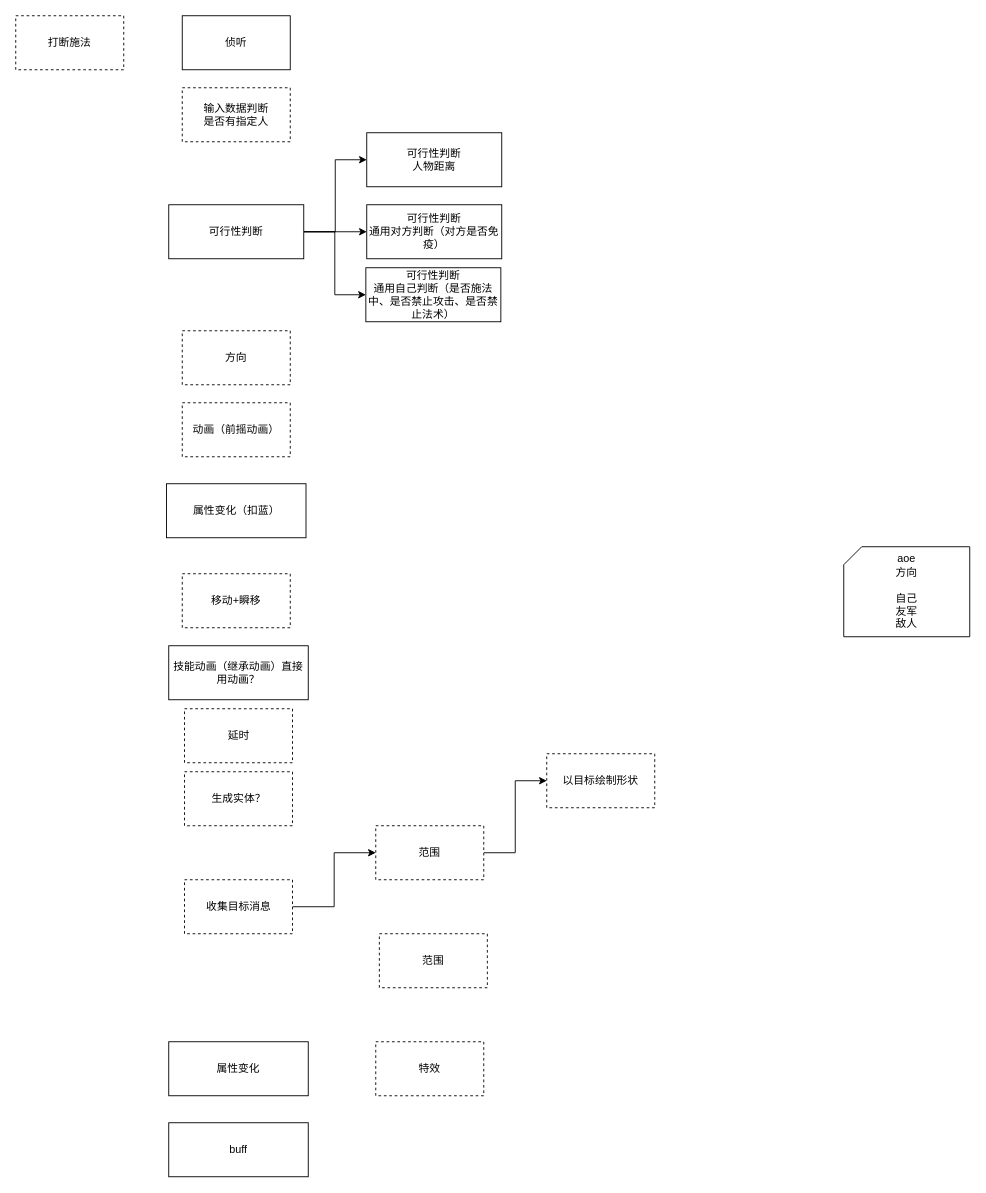
The draw.io diagram skill.drawio in cliang/drawio, before the edit. Source tidied: cells renumbered, new cells numbered last; positions are measured from the earlier drawing's top-left corner, leaving out a move shared by most shapes. Both pictures are drawn from the tidied source at 90%, with x=0, y=0 at pixel (15, 15).
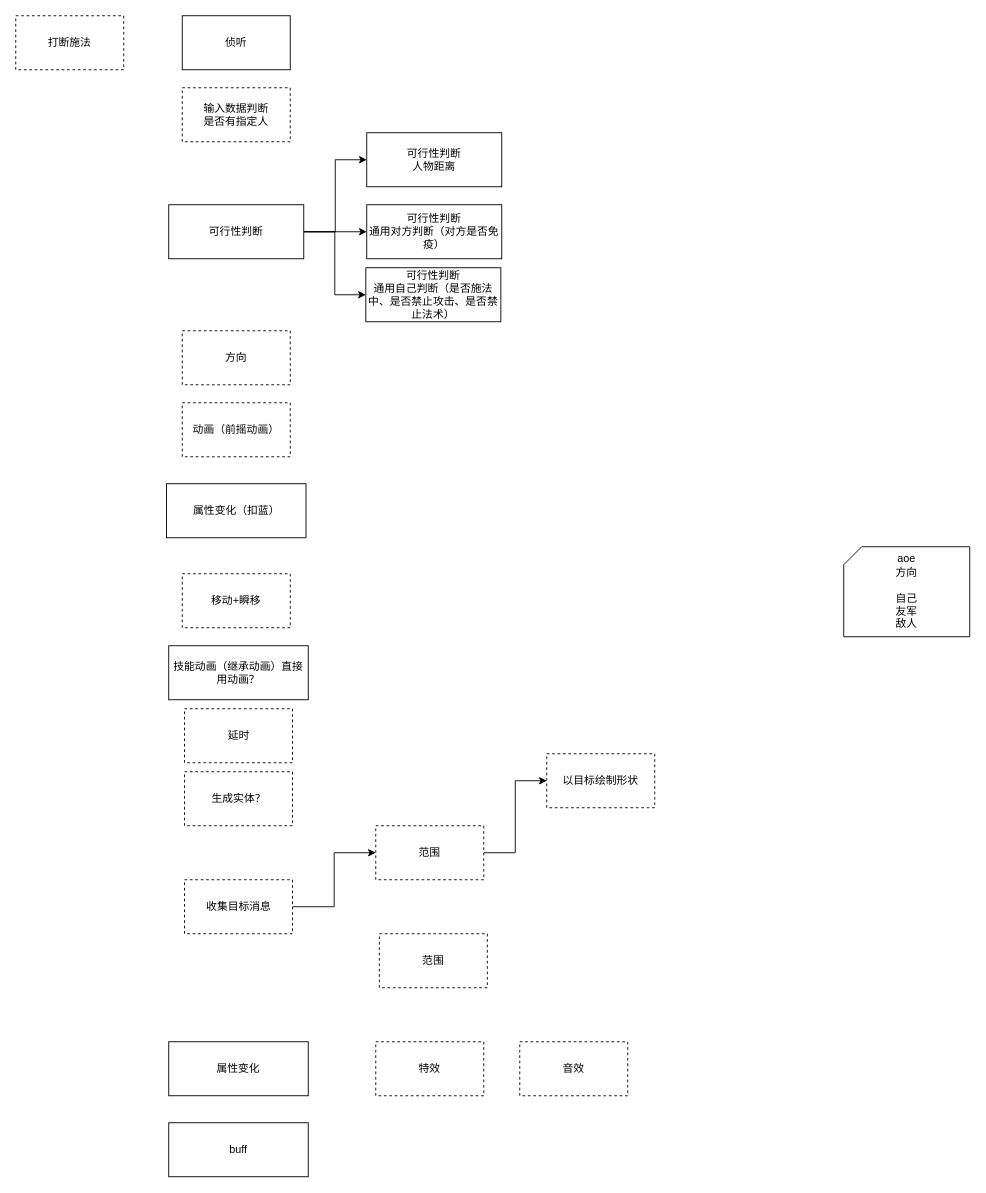
The same page after the edit.

The edit, as a diff of the source:
```diff
@@
+    <mxCell id="29" value="音效" style="whiteSpace=wrap;html=1;rounded=0;dashed=1;" parent="1" vertex="1">
+      <mxGeometry x="560" y="1140" width="120" height="60" as="geometry" />
+    </mxCell>
```
